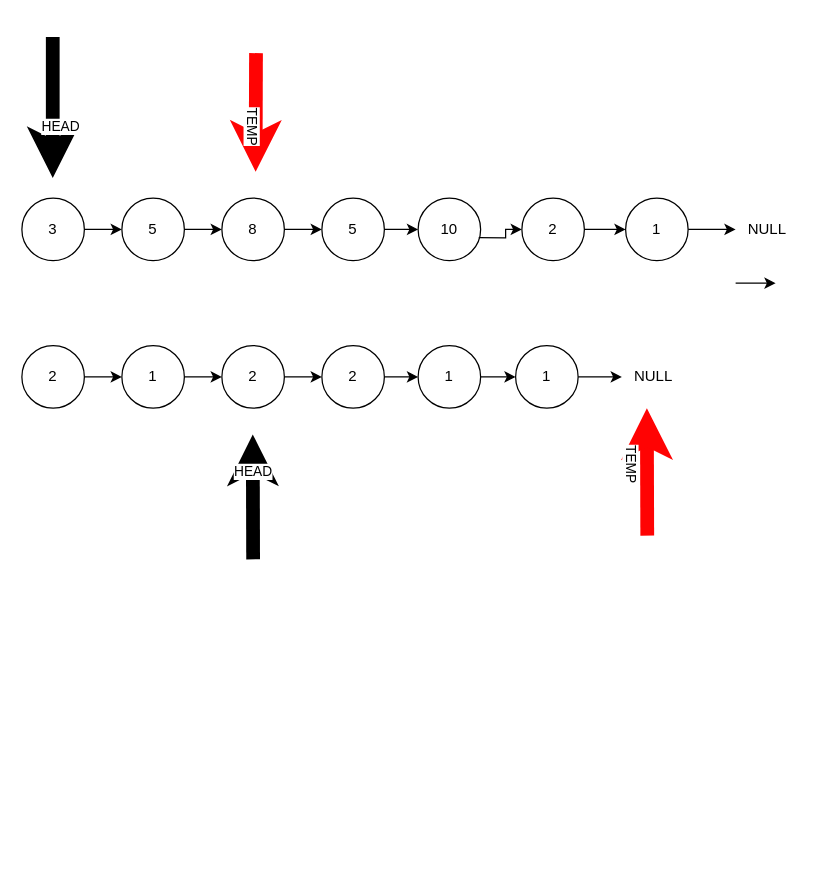
Before: Diagrams/LinkedLists.drawio in neidenfree/leetcode, a draw.io diagram. Source tidied: cells renumbered, new cells numbered last; positions are measured from the earlier drawing's top-left corner, leaving out a move shared by most shapes. Both pictures are drawn from the tidied source at 125%, with x=0, y=0 at pixel (21, 36).
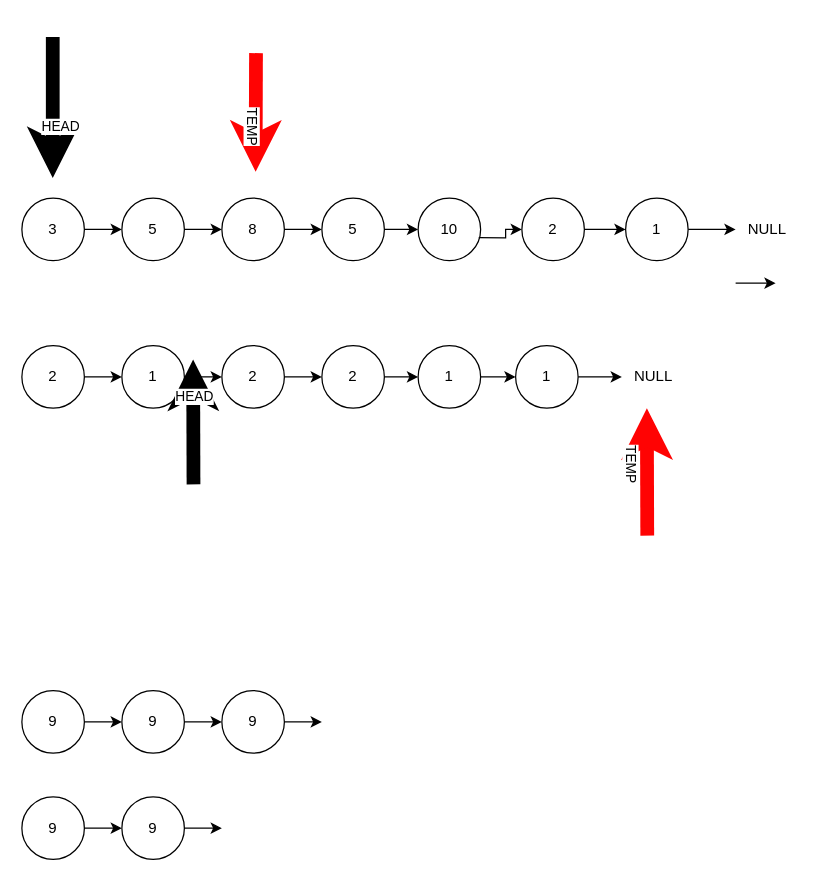
The same diagram, later.

Commit message (it also covers changes not shown here):
Working version of sum

What changed in the source:
```diff
@@
     <mxCell id="24" style="endArrow=classic;html=1;strokeWidth=11;" parent="1" edge="1">
       <mxGeometry relative="1" as="geometry">
-        <mxPoint x="185" y="418" as="sourcePoint" />
-        <mxPoint x="184.7" y="318" as="targetPoint" />
+        <mxPoint x="137.3" y="358" as="sourcePoint" />
+        <mxPoint x="137" y="258" as="targetPoint" />
       </mxGeometry>
     </mxCell>
@@
+    <mxCell id="39" style="edgeStyle=orthogonalEdgeStyle;rounded=0;jettySize=auto;html=1;" parent="1" edge="1" source="40" target="42">
+      <mxGeometry relative="1" as="geometry" />
+    </mxCell>
+    <mxCell id="40" value="9" style="ellipse;whiteSpace=wrap;html=1;" parent="1" vertex="1">
+      <mxGeometry y="608" width="50" height="50" as="geometry" />
+    </mxCell>
+    <mxCell id="41" style="edgeStyle=orthogonalEdgeStyle;rounded=0;jettySize=auto;html=1;strokeWidth=1;" parent="1" edge="1" source="42">
+      <mxGeometry relative="1" as="geometry">
+        <mxPoint x="160" y="633" as="targetPoint" />
+      </mxGeometry>
+    </mxCell>
+    <mxCell id="42" value="9" style="ellipse;whiteSpace=wrap;html=1;" parent="1" vertex="1">
+      <mxGeometry x="80" y="608" width="50" height="50" as="geometry" />
+    </mxCell>
+    <mxCell id="43" value="9" style="ellipse;whiteSpace=wrap;html=1;" parent="1" vertex="1">
+      <mxGeometry x="160" y="523" width="50" height="50" as="geometry" />
+    </mxCell>
+    <mxCell id="44" style="edgeStyle=orthogonalEdgeStyle;rounded=0;jettySize=auto;html=1;strokeWidth=1;" parent="1" edge="1" source="43">
+      <mxGeometry relative="1" as="geometry">
+        <mxPoint x="240" y="548" as="targetPoint" />
+      </mxGeometry>
+    </mxCell>
+    <mxCell id="45" style="edgeStyle=orthogonalEdgeStyle;rounded=0;jettySize=auto;html=1;" parent="1" edge="1" source="46" target="48">
+      <mxGeometry relative="1" as="geometry" />
+    </mxCell>
+    <mxCell id="46" value="9" style="ellipse;whiteSpace=wrap;html=1;" parent="1" vertex="1">
+      <mxGeometry y="523" width="50" height="50" as="geometry" />
+    </mxCell>
+    <mxCell id="47" style="edgeStyle=orthogonalEdgeStyle;rounded=0;jettySize=auto;html=1;strokeWidth=1;" parent="1" edge="1" source="48">
+      <mxGeometry relative="1" as="geometry">
+        <mxPoint x="160" y="548" as="targetPoint" />
+      </mxGeometry>
+    </mxCell>
+    <mxCell id="48" value="9" style="ellipse;whiteSpace=wrap;html=1;" parent="1" vertex="1">
+      <mxGeometry x="80" y="523" width="50" height="50" as="geometry" />
+    </mxCell>
```
